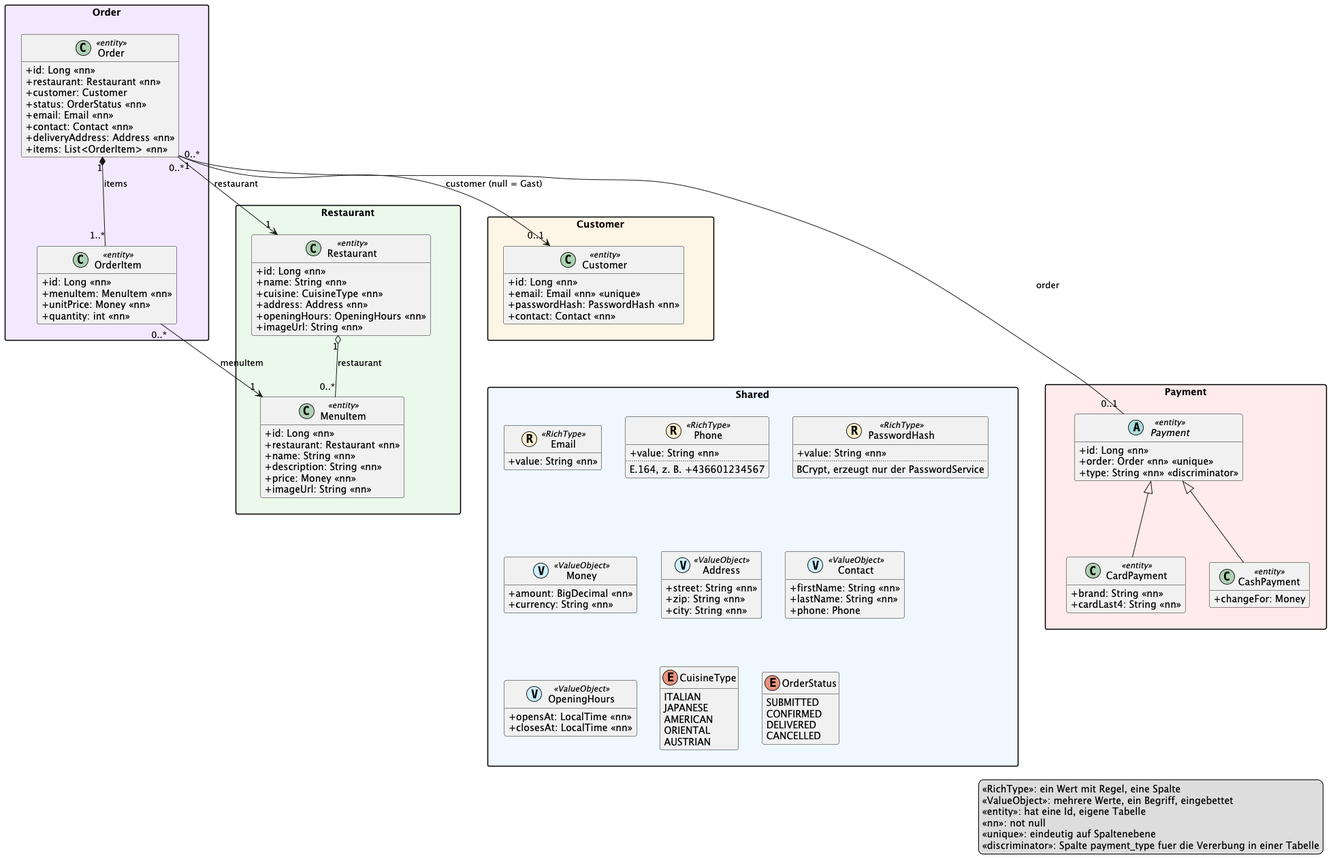
This is docs/spengerbite_domain.png from rw-dalai/spengerbite, a PlantUML export, as it was before one commit. The source it was exported from:
```plantuml
@startuml spengerbite-domain

hide empty methods
hide empty fields
skinparam classAttributeIconSize 0
skinparam packageStyle rectangle

legend right
<<RichType>>: ein Wert mit Regel, eine Spalte
<<ValueObject>>: mehrere Werte, ein Begriff, eingebettet
<<entity>>: hat eine Id, eigene Tabelle
<<nn>>: not null
<<unique>>: eindeutig auf Spaltenebene
<<discriminator>>: Spalte payment_type fuer die Vererbung in einer Tabelle
endlegend

package "Shared" as P_Shared #EEF6FF {

  class Email << (R,#FFEECC) RichType >> {
    +value: String <<nn>>
  }

  class Phone << (R,#FFEECC) RichType >> {
    +value: String <<nn>>
    ..
    E.164, z. B. +436601234567
  }

  class PasswordHash << (R,#FFEECC) RichType >> {
    +value: String <<nn>>
    ..
    BCrypt, erzeugt nur der PasswordService
  }

  class Money << (V,#CCEEFF) ValueObject >> {
    +amount: BigDecimal <<nn>>
    +currency: String <<nn>>
  }

  class Address << (V,#CCEEFF) ValueObject >> {
    +street: String <<nn>>
    +zip: String <<nn>>
    +city: String <<nn>>
  }

  class Contact << (V,#CCEEFF) ValueObject >> {
    +firstName: String <<nn>>
    +lastName: String <<nn>>
    +phone: Phone
  }

  class OpeningHours << (V,#CCEEFF) ValueObject >> {
    +opensAt: LocalTime <<nn>>
    +closesAt: LocalTime <<nn>>
  }

  enum CuisineType {
    ITALIAN
    JAPANESE
    AMERICAN
    ORIENTAL
    AUSTRIAN
  }

  enum OrderStatus {
    SUBMITTED
    CONFIRMED
    DELIVERED
    CANCELLED
  }
}

package "Restaurant" as P_Restaurant #EAF8EA {

  class Restaurant <<entity>> {
    +id: Long <<nn>>
    +name: String <<nn>>
    +cuisine: CuisineType <<nn>>
    +address: Address <<nn>>
    +openingHours: OpeningHours <<nn>>
    +imageUrl: String <<nn>>
  }

  class MenuItem <<entity>> {
    +id: Long <<nn>>
    +restaurant: Restaurant <<nn>>
    +name: String <<nn>>
    +description: String <<nn>>
    +price: Money <<nn>>
    +imageUrl: String <<nn>>
  }

  Restaurant "1" o-- "0..*" MenuItem : restaurant
}

package "Customer" as P_Customer #FFF5E6 {

  class Customer <<entity>> {
    +id: Long <<nn>>
    +email: Email <<nn>> <<unique>>
    +passwordHash: PasswordHash <<nn>>
    +contact: Contact <<nn>>
  }
}

package "Order" as P_Order #F3E8FF {

  class Order <<entity>> {
    +id: Long <<nn>>
    +restaurant: Restaurant <<nn>>
    +customer: Customer
    +status: OrderStatus <<nn>>
    +email: Email <<nn>>
    +contact: Contact <<nn>>
    +deliveryAddress: Address <<nn>>
    +items: List<OrderItem> <<nn>>
  }

  class OrderItem <<entity>> {
    +id: Long <<nn>>
    +menuItem: MenuItem <<nn>>
    +unitPrice: Money <<nn>>
    +quantity: int <<nn>>
  }

  Order "1" *-- "1..*" OrderItem : items
}

package "Payment" as P_Payment #FFEAEA {

  abstract class Payment <<entity>> {
    +id: Long <<nn>>
    +order: Order <<nn>> <<unique>>
    +type: String <<nn>> <<discriminator>>
  }

  class CashPayment <<entity>> {
    +changeFor: Money
  }

  class CardPayment <<entity>> {
    +brand: String <<nn>>
    +cardLast4: String <<nn>>
  }

  CashPayment -up-|> Payment
  CardPayment -up-|> Payment
}

Order "0..*" --> "1" Restaurant : restaurant
Order "0..*" --> "0..1" Customer : customer (null = Gast)
OrderItem "0..*" --> "1" MenuItem : menuItem
Payment "0..1" -- "1" Order : order

P_Order -[hidden]right- P_Restaurant
P_Restaurant -[hidden]right- P_Customer
P_Restaurant -[hidden]down- P_Shared
P_Customer -[hidden]down- P_Payment

@enduml
```
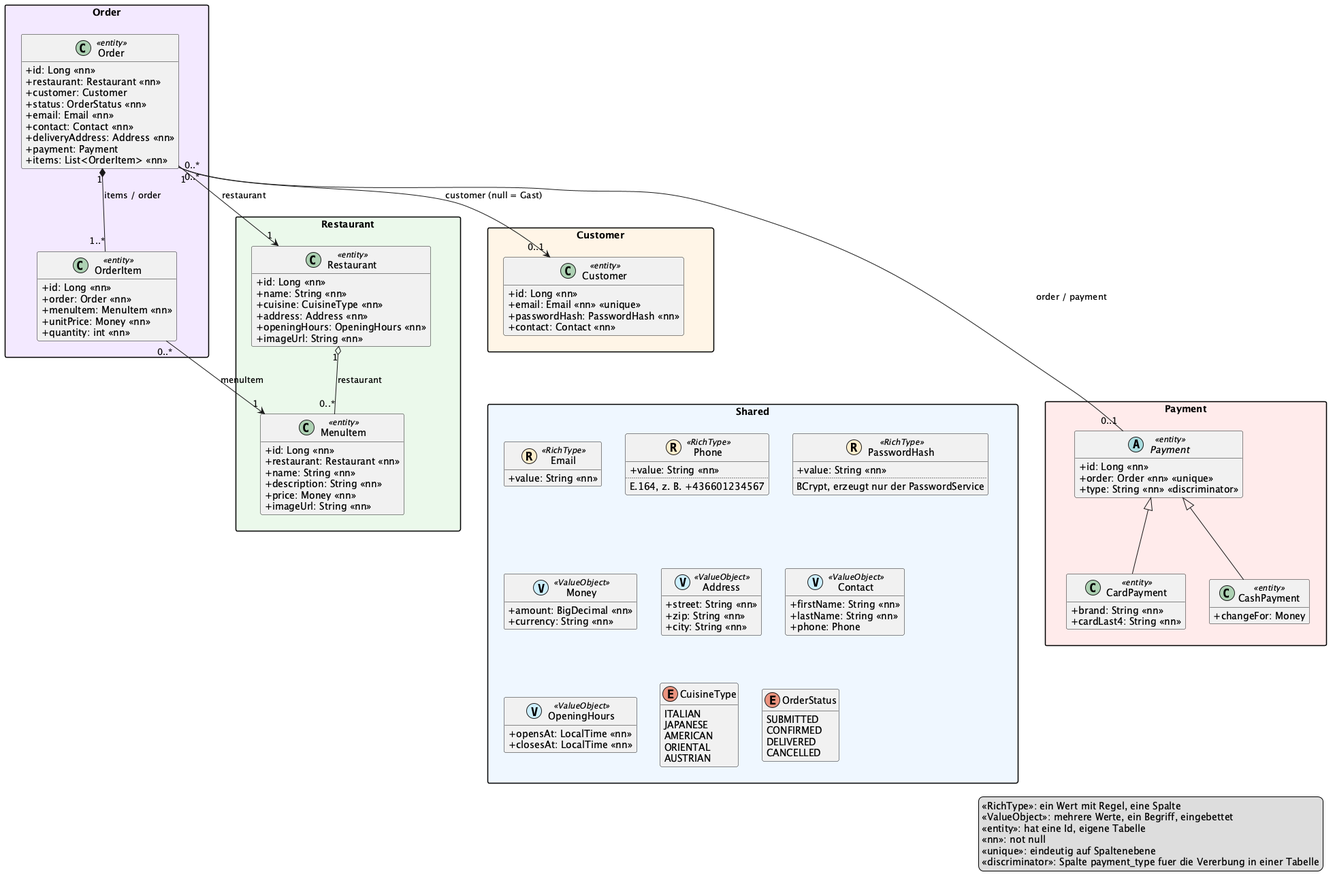
After the change.

Commit message:
docs: add order item and payment navigation to domain model

Diff of the diagram source:
```diff
@@ -113,17 +113,19 @@
     +email: Email <<nn>>
     +contact: Contact <<nn>>
     +deliveryAddress: Address <<nn>>
+    +payment: Payment
     +items: List<OrderItem> <<nn>>
   }
 
   class OrderItem <<entity>> {
     +id: Long <<nn>>
+    +order: Order <<nn>>
     +menuItem: MenuItem <<nn>>
     +unitPrice: Money <<nn>>
     +quantity: int <<nn>>
   }
 
-  Order "1" *-- "1..*" OrderItem : items
+  Order "1" *-- "1..*" OrderItem : items / order
 }
 
 package "Payment" as P_Payment #FFEAEA {
@@ -150,7 +152,7 @@
 Order "0..*" --> "1" Restaurant : restaurant
 Order "0..*" --> "0..1" Customer : customer (null = Gast)
 OrderItem "0..*" --> "1" MenuItem : menuItem
-Payment "0..1" -- "1" Order : order
+Payment "0..1" -- "1" Order : order / payment
 
 P_Order -[hidden]right- P_Restaurant
 P_Restaurant -[hidden]right- P_Customer
```
